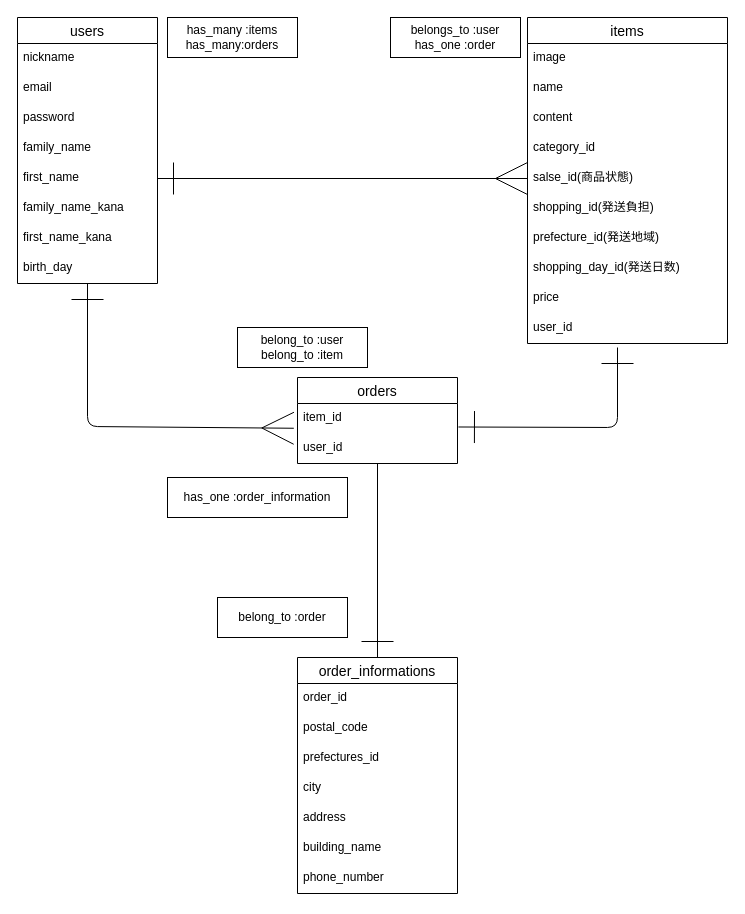
Above: .dio in gtn-74/furima-39277 (draw.io), before the change. Source tidied: cells renumbered, new cells numbered last; positions are measured from the earlier drawing's top-left corner, leaving out a move shared by most shapes. Both pictures are drawn from the tidied source at 100%, with x=0, y=0 at pixel (17, 17).
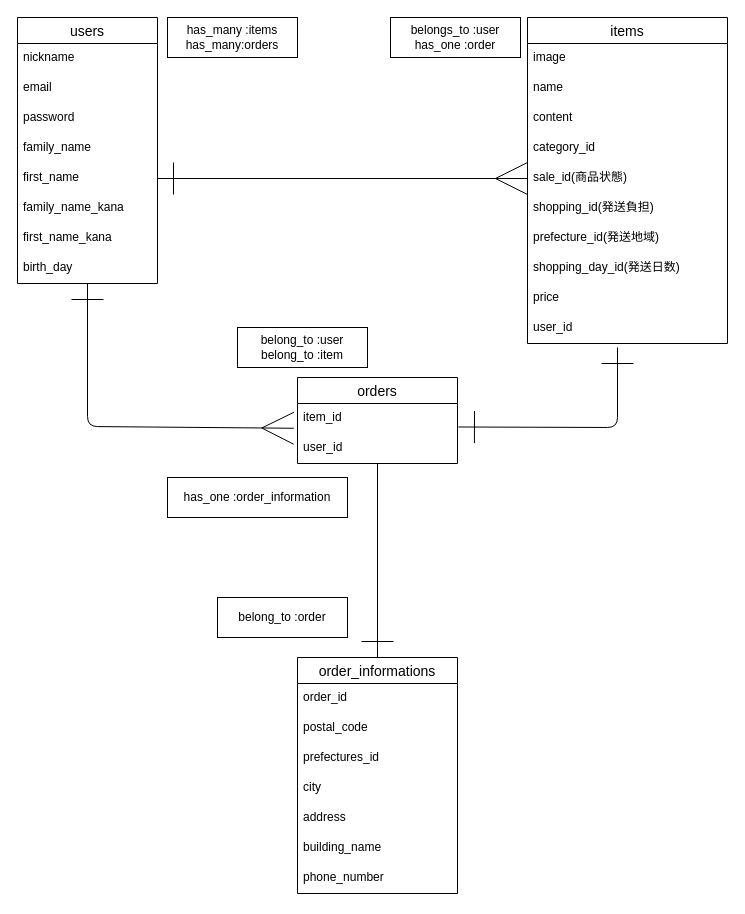
Above is the later version.

Unchanged cells that the change refers to:
```xml
<mxCell id="13" value="items" style="swimlane;fontStyle=0;horizontal=1;startSize=26;align=center;fontSize=14;" parent="1" vertex="1">
  <mxGeometry x="510" width="200" height="326" as="geometry" />
</mxCell>
```

Change to the diagram source:
```diff
@@
-    <mxCell id="18" value="salse_id(商品状態)" style="text;strokeColor=none;fillColor=none;spacingLeft=4;spacingRight=4;overflow=hidden;points=[[0,0.5],[1,0.5]];portConstraint=eastwest;fontSize=12;" parent="13" vertex="1">
+    <mxCell id="18" value="sale_id(商品状態)" style="text;strokeColor=none;fillColor=none;spacingLeft=4;spacingRight=4;overflow=hidden;points=[[0,0.5],[1,0.5]];portConstraint=eastwest;fontSize=12;" parent="13" vertex="1">
       <mxGeometry y="146" width="200" height="30" as="geometry" />
     </mxCell>
```
